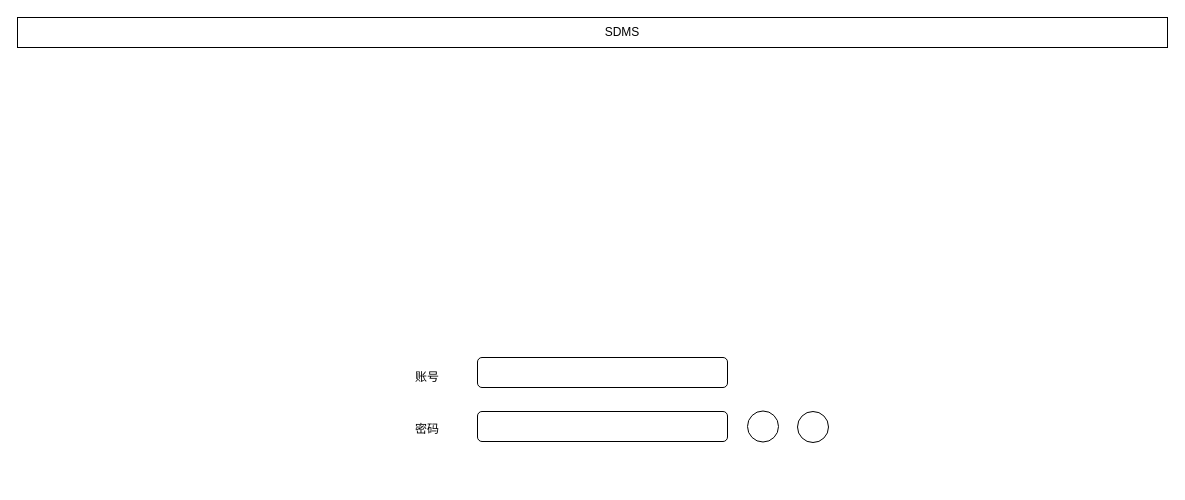
The draw.io diagram page "login" (1 of 19) of project-in-action/software-develop-management-system/doc/design/ui/sdms.drawio in callistoctopus/project-all-in-one, before the edit. Source tidied: cells renumbered, new cells numbered last; positions are measured from the earlier drawing's top-left corner, leaving out a move shared by most shapes. Both pictures are drawn from the tidied source at 100%, with x=0, y=0 at pixel (17, 17).
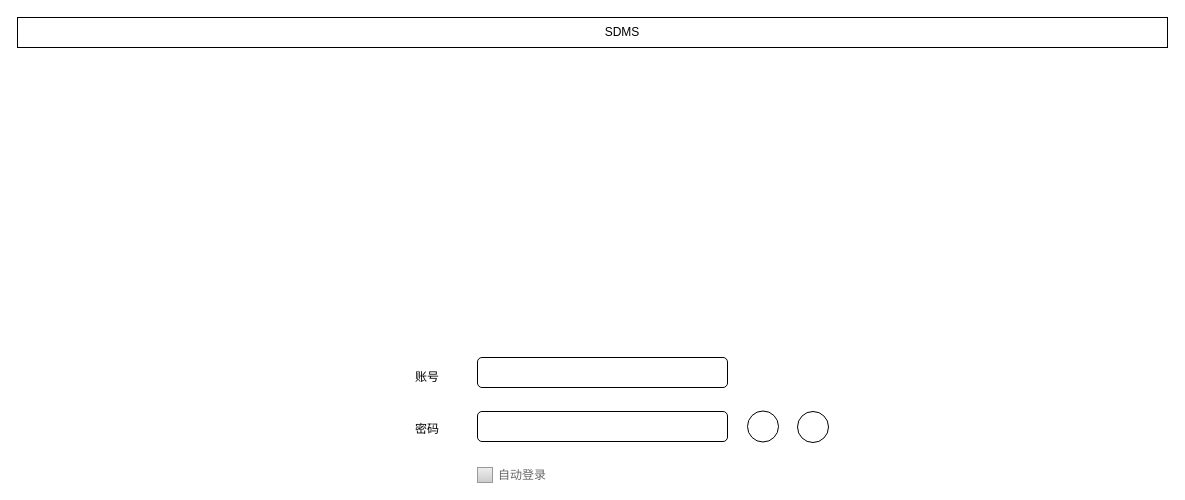
After the change.

The edit, as a diff of the source:
```diff
@@
 <mxGraphModel>
   <root>
     <mxCell id="0" />
     <mxCell id="1" parent="0" />
     <mxCell id="2" style="rounded=1;whiteSpace=wrap;html=1;imageWidth=24;" parent="1" vertex="1">
       <mxGeometry x="460" y="340" width="250" height="30" as="geometry" />
     </mxCell>
     <mxCell id="3" style="rounded=1;whiteSpace=wrap;html=1;imageWidth=24;" parent="1" vertex="1">
       <mxGeometry x="460" y="394" width="250" height="30" as="geometry" />
     </mxCell>
     <mxCell id="4" value="账号" style="text;html=1;strokeColor=none;fillColor=none;align=center;verticalAlign=middle;whiteSpace=wrap;rounded=0;" parent="1" vertex="1">
       <mxGeometry x="360" y="350" width="100" height="20" as="geometry" />
     </mxCell>
     <mxCell id="5" value="密码" style="text;html=1;strokeColor=none;fillColor=none;align=center;verticalAlign=middle;whiteSpace=wrap;rounded=0;" parent="1" vertex="1">
       <mxGeometry x="360" y="402" width="100" height="20" as="geometry" />
     </mxCell>
     <mxCell id="6" style="ellipse;whiteSpace=wrap;html=1;" parent="1" vertex="1">
       <mxGeometry x="730" y="393.5" width="31" height="31" as="geometry" />
     </mxCell>
     <mxCell id="7" style="rounded=0;whiteSpace=wrap;html=1;" parent="1" vertex="1">
       <mxGeometry width="1150" height="30" as="geometry" />
     </mxCell>
     <mxCell id="8" value="SDMS" style="text;html=1;strokeColor=none;fillColor=none;align=center;verticalAlign=middle;whiteSpace=wrap;rounded=0;" parent="1" vertex="1">
       <mxGeometry x="530" y="5" width="150" height="20" as="geometry" />
     </mxCell>
     <mxCell id="9" style="ellipse;whiteSpace=wrap;html=1;" parent="1" vertex="1">
       <mxGeometry x="780" y="394" width="31" height="31" as="geometry" />
     </mxCell>
+    <mxCell id="10" value="自动登录" style="strokeWidth=1;shadow=0;dashed=0;align=center;html=1;shape=mxgraph.mockup.forms.rrect;rSize=0;fillColor=#eeeeee;strokeColor=#999999;gradientColor=#cccccc;align=left;spacingLeft=4;fontSize=12;fontColor=#666666;labelPosition=right;" parent="1" vertex="1">
+      <mxGeometry x="460" y="450" width="15" height="15" as="geometry" />
+    </mxCell>
   </root>
 </mxGraphModel>
```
